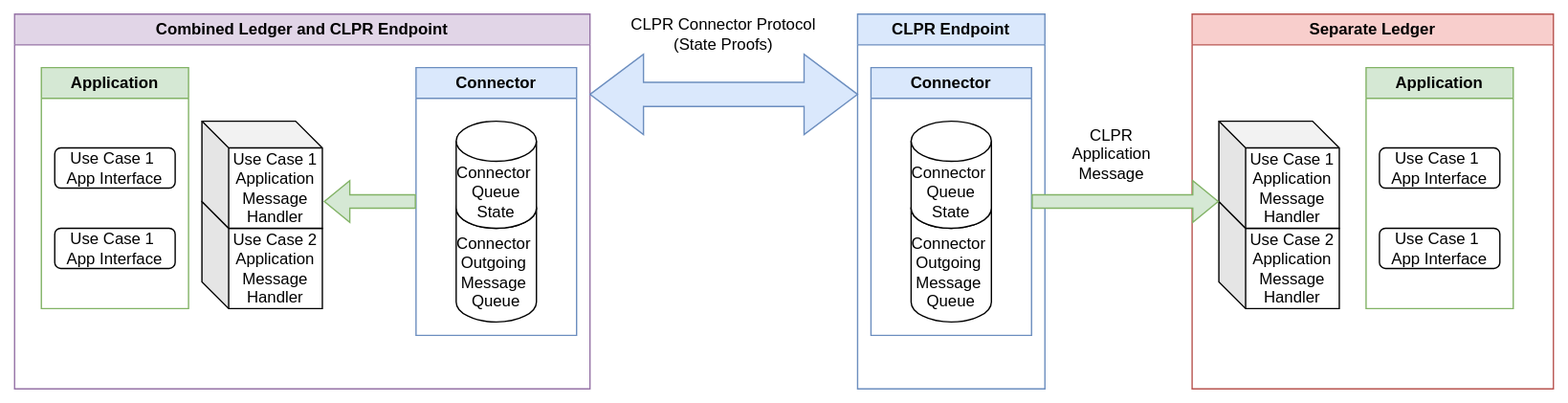
Before: assets/hip-0000-clpr/clpr-endpoint-separate-ledger.drawio.svg, a diagram exported from draw.io (edward-swirldslabs/hedera-improvement-proposal). Source tidied: cells renumbered, new cells last; positions are measured from the earlier drawing's top-left corner, leaving out a move shared by most shapes.
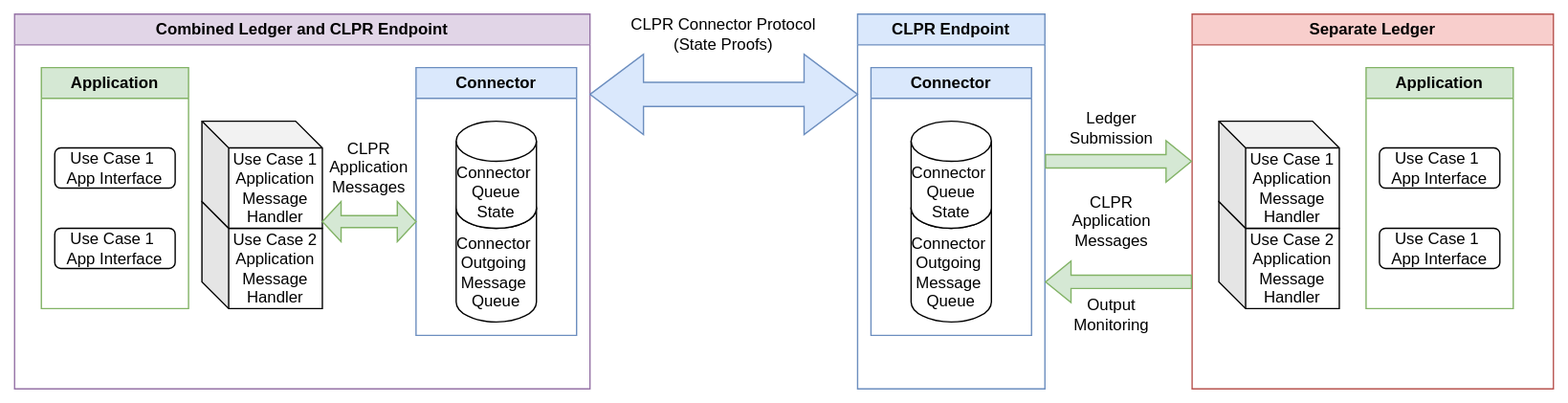
The same diagram one commit later.

Change to the diagram source:
```diff
@@ -29,11 +29,12 @@
     <mxCell id="10" value="Use Case 1&amp;nbsp;&lt;div&gt;App Interface&lt;/div&gt;" style="rounded=1;whiteSpace=wrap;html=1;" parent="8" vertex="1">
       <mxGeometry x="10" y="120" width="90" height="30" as="geometry" />
     </mxCell>
-    <mxCell id="11" style="shape=flexArrow;endArrow=classic;html=1;rounded=0;exitX=0;exitY=0.5;exitDx=0;exitDy=0;fillColor=#d5e8d4;strokeColor=#82b366;" parent="2" edge="1" source="3">
-      <mxGeometry relative="1" as="geometry">
-        <mxPoint x="231" y="140" as="targetPoint" />
-      </mxGeometry>
-    </mxCell>
+    <mxCell id="26" style="shape=doubleArrow;whiteSpace=wrap;html=1;fillColor=#d5e8d4;strokeColor=#82b366;" parent="2" vertex="1">
+      <mxGeometry x="230" y="140" width="70" height="30" as="geometry" />
+    </mxCell>
+    <mxCell id="27" value="CLPR Application Messages" style="text;html=1;align=center;verticalAlign=middle;whiteSpace=wrap;rounded=0;" parent="2" vertex="1">
+      <mxGeometry x="235" y="100" width="60" height="30" as="geometry" />
+    </mxCell>
     <mxCell id="12" value="CLPR Endpoint" style="swimlane;whiteSpace=wrap;html=1;fillColor=#dae8fc;strokeColor=#6c8ebf;" parent="1" vertex="1">
       <mxGeometry x="630" width="140" height="280" as="geometry" />
     </mxCell>
@@ -70,11 +71,26 @@
     <mxCell id="23" value="CLPR Connector Protocol&lt;div&gt;(State Proofs)&lt;/div&gt;" style="text;html=1;align=center;verticalAlign=middle;whiteSpace=wrap;rounded=0;" parent="1" vertex="1">
       <mxGeometry x="450" width="160" height="30" as="geometry" />
     </mxCell>
-    <mxCell id="24" style="shape=flexArrow;endArrow=classic;html=1;rounded=0;entryX=0;entryY=0;entryDx=0;entryDy=60;entryPerimeter=0;exitX=1;exitY=0.5;exitDx=0;exitDy=0;fillColor=#d5e8d4;strokeColor=#82b366;" parent="1" edge="1" source="13" target="18">
-      <mxGeometry relative="1" as="geometry" />
-    </mxCell>
-    <mxCell id="25" value="CLPR Application Message" style="text;html=1;align=center;verticalAlign=middle;whiteSpace=wrap;rounded=0;" parent="1" vertex="1">
-      <mxGeometry x="790" y="90" width="60" height="30" as="geometry" />
+    <mxCell id="25" value="CLPR Application Messages" style="text;html=1;align=center;verticalAlign=middle;whiteSpace=wrap;rounded=0;" parent="1" vertex="1">
+      <mxGeometry x="790" y="140" width="60" height="30" as="geometry" />
     </mxCell>
+    <mxCell id="28" style="shape=flexArrow;endArrow=classic;html=1;rounded=0;fillColor=#d5e8d4;strokeColor=#82b366;" parent="1" edge="1">
+      <mxGeometry relative="1" as="geometry">
+        <mxPoint x="770" y="110" as="sourcePoint" />
+        <mxPoint x="880" y="110" as="targetPoint" />
+      </mxGeometry>
+    </mxCell>
+    <mxCell id="29" style="shape=flexArrow;endArrow=classic;html=1;rounded=0;fillColor=#d5e8d4;strokeColor=#82b366;" parent="1" edge="1">
+      <mxGeometry relative="1" as="geometry">
+        <mxPoint x="880" y="200" as="sourcePoint" />
+        <mxPoint x="770" y="200" as="targetPoint" />
+      </mxGeometry>
+    </mxCell>
+    <mxCell id="30" value="Ledger Submission" style="text;html=1;align=center;verticalAlign=middle;whiteSpace=wrap;rounded=0;" parent="1" vertex="1">
+      <mxGeometry x="790" y="70" width="60" height="30" as="geometry" />
+    </mxCell>
+    <mxCell id="31" value="Output Monitoring" style="text;html=1;align=center;verticalAlign=middle;whiteSpace=wrap;rounded=0;" parent="1" vertex="1">
+      <mxGeometry x="790" y="210" width="60" height="30" as="geometry" />
+    </mxCell>
   </root>
 </mxGraphModel>
```
